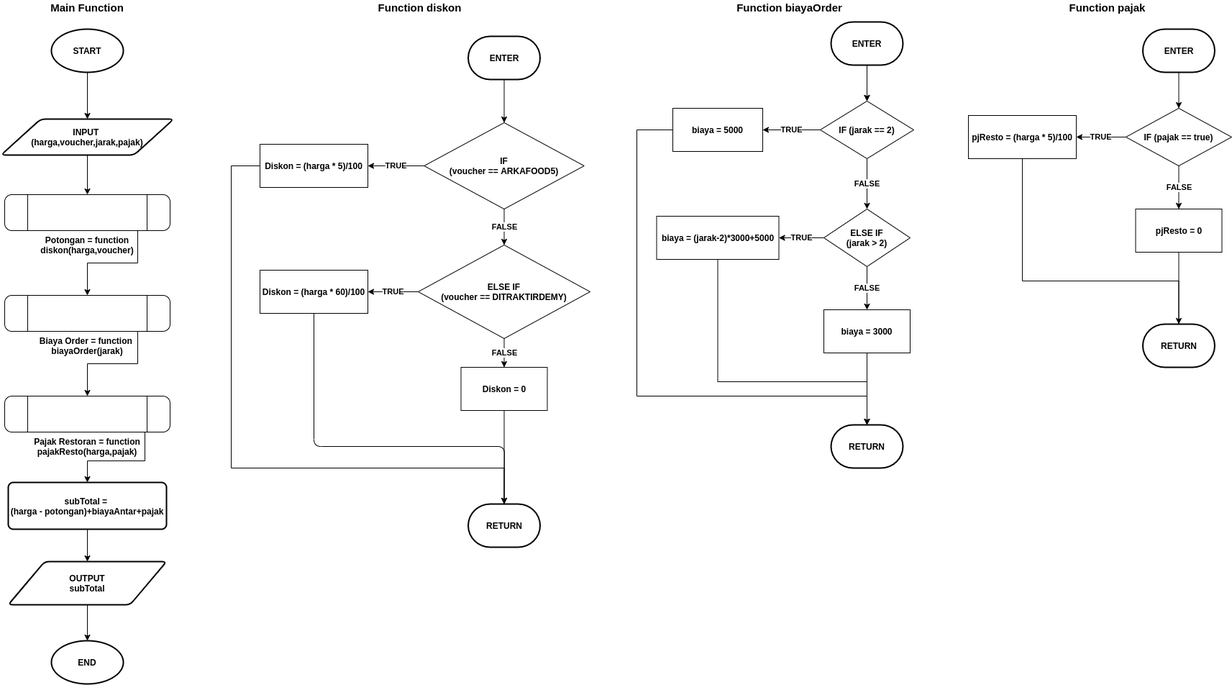
This is 1.4/task2/flowchart task2.png from galuhprahadi96/Bootcamp-arkademy, a draw.io export, as it was before one commit. Source tidied: cells renumbered, new cells last; positions are measured from the earlier drawing's top-left corner, leaving out a move shared by most shapes.
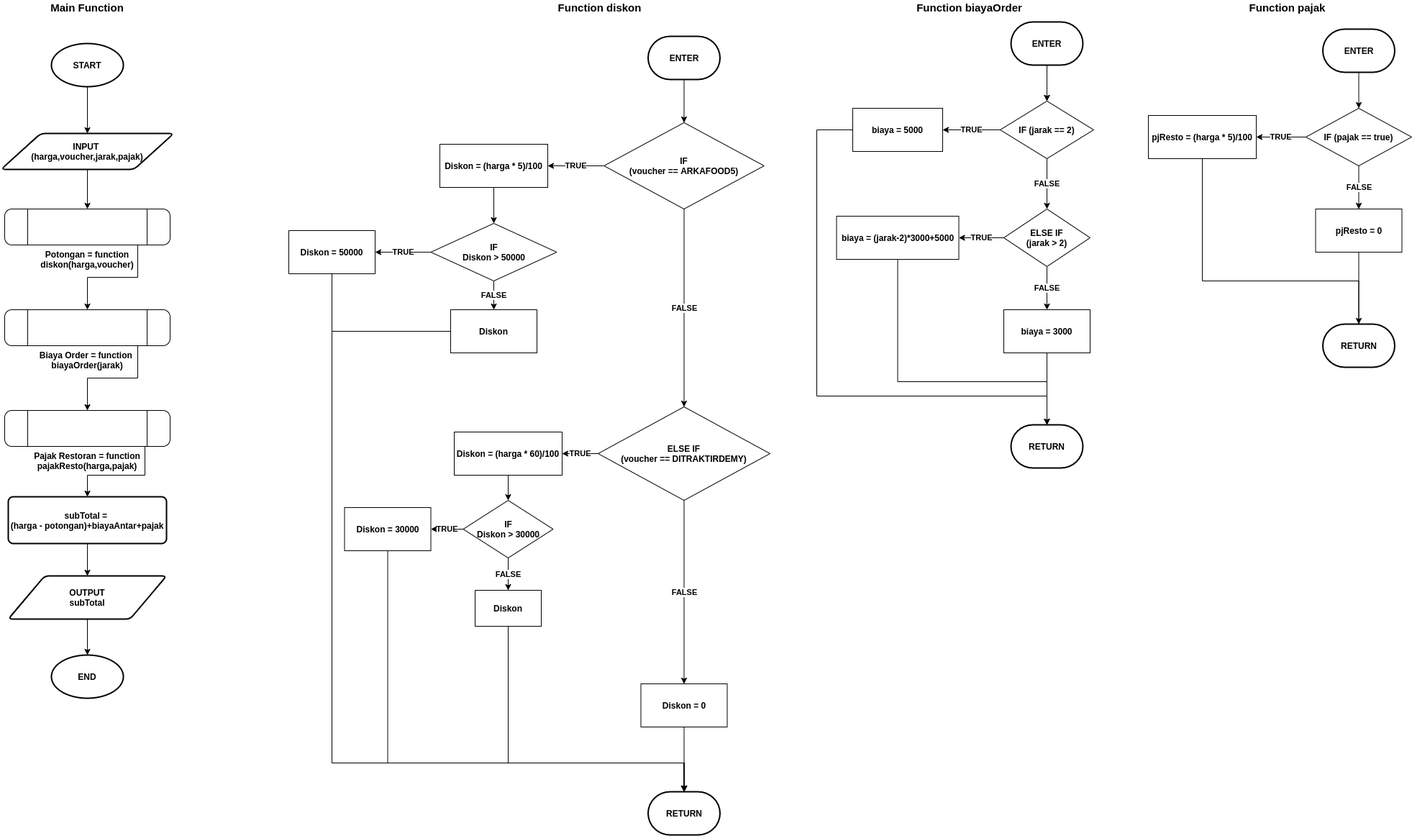
After the change.

Commit message:
revisi flowchart dan algoritma

Diff of the diagram source:
```diff
@@ -115,70 +115,8 @@
     <mxCell id="32" value="ENTER" style="strokeWidth=2;html=1;shape=mxgraph.flowchart.terminator;whiteSpace=wrap;fontStyle=1;" parent="15" vertex="1">
       <mxGeometry x="270" y="30" width="100" height="60" as="geometry" />
     </mxCell>
-    <mxCell id="33" style="group;fontStyle=1;" parent="1" vertex="1">
-      <mxGeometry x="320" width="499" height="760" as="geometry" />
-    </mxCell>
-    <mxCell id="34" value="&lt;font style=&quot;font-size: 15px&quot;&gt;&lt;span&gt;Function diskon&lt;/span&gt;&lt;/font&gt;" style="text;html=1;strokeColor=none;fillColor=none;align=center;verticalAlign=middle;whiteSpace=wrap;rounded=0;fontStyle=1;" parent="33" vertex="1">
-      <mxGeometry x="90" width="345" height="20" as="geometry" />
-    </mxCell>
-    <mxCell id="35" value="IF&lt;br&gt;(voucher == ARKAFOOD5)" style="rhombus;whiteSpace=wrap;html=1;fontStyle=1;" parent="33" vertex="1">
-      <mxGeometry x="268.2" y="170" width="222.5" height="120" as="geometry" />
-    </mxCell>
-    <mxCell id="36" value="ELSE IF&lt;br&gt;(voucher == DITRAKTIRDEMY)" style="rhombus;whiteSpace=wrap;html=1;fontStyle=1;" parent="33" vertex="1">
-      <mxGeometry x="260" y="340" width="239" height="130" as="geometry" />
-    </mxCell>
-    <mxCell id="37" value="FALSE" style="edgeStyle=orthogonalEdgeStyle;rounded=0;jettySize=auto;html=1;exitX=0.5;exitY=1;exitDx=0;exitDy=0;fontStyle=1;" parent="33" edge="1" source="35" target="36">
-      <mxGeometry relative="1" as="geometry" />
-    </mxCell>
-    <mxCell id="38" value="Diskon = (harga * 5)/100" style="rounded=0;whiteSpace=wrap;html=1;fontStyle=1;" parent="33" vertex="1">
-      <mxGeometry x="40" y="200" width="150" height="60" as="geometry" />
-    </mxCell>
-    <mxCell id="39" value="TRUE" style="edgeStyle=orthogonalEdgeStyle;rounded=0;jettySize=auto;html=1;exitX=0;exitY=0.5;exitDx=0;exitDy=0;entryX=1;entryY=0.5;entryDx=0;entryDy=0;fontStyle=1;" parent="33" edge="1" source="35" target="38">
-      <mxGeometry relative="1" as="geometry" />
-    </mxCell>
-    <mxCell id="40" value="Diskon = (harga * 60)/100" style="rounded=0;whiteSpace=wrap;html=1;fontStyle=1;" parent="33" vertex="1">
-      <mxGeometry x="40" y="375" width="150" height="60" as="geometry" />
-    </mxCell>
-    <mxCell id="41" value="TRUE" style="edgeStyle=orthogonalEdgeStyle;rounded=0;jettySize=auto;html=1;exitX=0;exitY=0.5;exitDx=0;exitDy=0;entryX=1;entryY=0.5;entryDx=0;entryDy=0;fontStyle=1;" parent="33" edge="1" source="36" target="40">
-      <mxGeometry relative="1" as="geometry" />
-    </mxCell>
-    <mxCell id="42" value="Diskon = 0" style="rounded=0;whiteSpace=wrap;html=1;fontStyle=1;" parent="33" vertex="1">
-      <mxGeometry x="319.5" y="510" width="120" height="60" as="geometry" />
-    </mxCell>
-    <mxCell id="43" value="FALSE" style="edgeStyle=orthogonalEdgeStyle;rounded=0;jettySize=auto;html=1;exitX=0.5;exitY=1;exitDx=0;exitDy=0;entryX=0.5;entryY=0;entryDx=0;entryDy=0;fontStyle=1;" parent="33" edge="1" source="36" target="42">
-      <mxGeometry relative="1" as="geometry" />
-    </mxCell>
-    <mxCell id="44" style="edgeStyle=orthogonalEdgeStyle;rounded=0;jettySize=auto;html=1;entryX=0.5;entryY=0;entryDx=0;entryDy=0;exitX=0.5;exitY=1;exitDx=0;exitDy=0;exitPerimeter=0;fontStyle=1;" parent="33" edge="1" source="48" target="35">
-      <mxGeometry relative="1" as="geometry" />
-    </mxCell>
-    <mxCell id="45" style="edgeStyle=orthogonalEdgeStyle;rounded=0;jettySize=auto;html=1;exitX=0;exitY=0.5;exitDx=0;exitDy=0;entryX=0.5;entryY=0;entryDx=0;entryDy=0;entryPerimeter=0;fontStyle=1;" parent="33" edge="1" source="38" target="49">
-      <mxGeometry relative="1" as="geometry">
-        <Array as="points">
-          <mxPoint y="230" />
-          <mxPoint y="650" />
-          <mxPoint x="380" y="650" />
-        </Array>
-      </mxGeometry>
-    </mxCell>
-    <mxCell id="46" style="edgeStyle=orthogonalEdgeStyle;rounded=0;jettySize=auto;html=1;exitX=0.5;exitY=1;exitDx=0;exitDy=0;entryX=0.5;entryY=0;entryDx=0;entryDy=0;entryPerimeter=0;fontStyle=1;" parent="33" edge="1" source="42" target="49">
-      <mxGeometry relative="1" as="geometry" />
-    </mxCell>
-    <mxCell id="47" style="endArrow=none;html=1;exitX=0.5;exitY=1;exitDx=0;exitDy=0;entryX=0.5;entryY=0;entryDx=0;entryDy=0;entryPerimeter=0;fontStyle=1;" parent="33" edge="1" source="40" target="49">
-      <mxGeometry relative="1" as="geometry">
-        <Array as="points">
-          <mxPoint x="115" y="620" />
-          <mxPoint x="380" y="620" />
-        </Array>
-      </mxGeometry>
-    </mxCell>
-    <mxCell id="48" value="ENTER" style="strokeWidth=2;html=1;shape=mxgraph.flowchart.terminator;whiteSpace=wrap;fontStyle=1;" parent="33" vertex="1">
-      <mxGeometry x="329.5" y="50" width="100" height="60" as="geometry" />
-    </mxCell>
-    <mxCell id="49" value="RETURN" style="strokeWidth=2;html=1;shape=mxgraph.flowchart.terminator;whiteSpace=wrap;fontStyle=1;" parent="33" vertex="1">
-      <mxGeometry x="329.5" y="700" width="100" height="60" as="geometry" />
-    </mxCell>
     <mxCell id="50" style="group;fontStyle=1;" parent="1" vertex="1">
-      <mxGeometry y="40" width="240" height="910" as="geometry" />
+      <mxGeometry x="-250" y="60" width="240" height="910" as="geometry" />
     </mxCell>
     <mxCell id="51" value="START" style="strokeWidth=2;html=1;shape=mxgraph.flowchart.start_1;whiteSpace=wrap;fontStyle=1;" parent="50" vertex="1">
       <mxGeometry x="70" width="100" height="60" as="geometry" />
@@ -244,7 +182,124 @@
       </mxGeometry>
     </mxCell>
     <mxCell id="66" value="&lt;span&gt;&lt;font style=&quot;font-size: 15px&quot;&gt;Main Function&lt;/font&gt;&lt;/span&gt;" style="text;html=1;strokeColor=none;fillColor=none;align=center;verticalAlign=middle;whiteSpace=wrap;rounded=0;fontStyle=1;" parent="1" vertex="1">
-      <mxGeometry x="25" width="190" height="20" as="geometry" />
+      <mxGeometry x="-225" width="190" height="20" as="geometry" />
     </mxCell>
+    <mxCell id="34" value="&lt;font style=&quot;font-size: 15px&quot;&gt;&lt;span&gt;Function diskon&lt;/span&gt;&lt;/font&gt;" style="text;html=1;strokeColor=none;fillColor=none;align=center;verticalAlign=middle;whiteSpace=wrap;rounded=0;fontStyle=1;" parent="1" vertex="1">
+      <mxGeometry x="410" width="345" height="20" as="geometry" />
+    </mxCell>
+    <mxCell id="35" value="IF&lt;br&gt;(voucher == ARKAFOOD5)" style="rhombus;whiteSpace=wrap;html=1;fontStyle=1;" parent="1" vertex="1">
+      <mxGeometry x="588.2" y="170" width="222.5" height="120" as="geometry" />
+    </mxCell>
+    <mxCell id="36" value="ELSE IF&lt;br&gt;(voucher == DITRAKTIRDEMY)" style="rhombus;whiteSpace=wrap;html=1;fontStyle=1;" parent="1" vertex="1">
+      <mxGeometry x="580" y="565" width="239" height="130" as="geometry" />
+    </mxCell>
+    <mxCell id="37" value="FALSE" style="edgeStyle=orthogonalEdgeStyle;rounded=0;jettySize=auto;html=1;exitX=0.5;exitY=1;exitDx=0;exitDy=0;fontStyle=1;" parent="1" edge="1" source="35" target="36">
+      <mxGeometry relative="1" as="geometry" />
+    </mxCell>
+    <mxCell id="67" style="edgeStyle=orthogonalEdgeStyle;rounded=0;jettySize=auto;html=1;exitX=0.5;exitY=1;exitDx=0;exitDy=0;entryX=0.5;entryY=0;entryDx=0;entryDy=0;fontStyle=1;" parent="1" edge="1" source="38" target="71">
+      <mxGeometry relative="1" as="geometry" />
+    </mxCell>
+    <mxCell id="38" value="Diskon = (harga * 5)/100" style="rounded=0;whiteSpace=wrap;html=1;fontStyle=1;" parent="1" vertex="1">
+      <mxGeometry x="360" y="200" width="150" height="60" as="geometry" />
+    </mxCell>
+    <mxCell id="39" value="TRUE" style="edgeStyle=orthogonalEdgeStyle;rounded=0;jettySize=auto;html=1;exitX=0;exitY=0.5;exitDx=0;exitDy=0;entryX=1;entryY=0.5;entryDx=0;entryDy=0;fontStyle=1;" parent="1" edge="1" source="35" target="38">
+      <mxGeometry relative="1" as="geometry" />
+    </mxCell>
+    <mxCell id="68" style="edgeStyle=orthogonalEdgeStyle;rounded=0;jettySize=auto;html=1;exitX=0.5;exitY=1;exitDx=0;exitDy=0;entryX=0.5;entryY=0;entryDx=0;entryDy=0;fontStyle=1;" parent="1" edge="1" source="40" target="78">
+      <mxGeometry relative="1" as="geometry" />
+    </mxCell>
+    <mxCell id="40" value="Diskon = (harga * 60)/100" style="rounded=0;whiteSpace=wrap;html=1;fontStyle=1;" parent="1" vertex="1">
+      <mxGeometry x="380" y="600" width="150" height="60" as="geometry" />
+    </mxCell>
+    <mxCell id="41" value="TRUE" style="edgeStyle=orthogonalEdgeStyle;rounded=0;jettySize=auto;html=1;exitX=0;exitY=0.5;exitDx=0;exitDy=0;entryX=1;entryY=0.5;entryDx=0;entryDy=0;fontStyle=1;" parent="1" edge="1" source="36" target="40">
+      <mxGeometry relative="1" as="geometry" />
+    </mxCell>
+    <mxCell id="42" value="Diskon = 0" style="rounded=0;whiteSpace=wrap;html=1;fontStyle=1;" parent="1" vertex="1">
+      <mxGeometry x="639.5" y="950" width="120" height="60" as="geometry" />
+    </mxCell>
+    <mxCell id="43" value="FALSE" style="edgeStyle=orthogonalEdgeStyle;rounded=0;jettySize=auto;html=1;exitX=0.5;exitY=1;exitDx=0;exitDy=0;entryX=0.5;entryY=0;entryDx=0;entryDy=0;fontStyle=1;" parent="1" edge="1" source="36" target="42">
+      <mxGeometry relative="1" as="geometry" />
+    </mxCell>
+    <mxCell id="44" style="edgeStyle=orthogonalEdgeStyle;rounded=0;jettySize=auto;html=1;entryX=0.5;entryY=0;entryDx=0;entryDy=0;exitX=0.5;exitY=1;exitDx=0;exitDy=0;exitPerimeter=0;fontStyle=1;" parent="1" edge="1" source="48" target="35">
+      <mxGeometry relative="1" as="geometry" />
+    </mxCell>
+    <mxCell id="46" style="edgeStyle=orthogonalEdgeStyle;rounded=0;jettySize=auto;html=1;exitX=0.5;exitY=1;exitDx=0;exitDy=0;entryX=0.5;entryY=0;entryDx=0;entryDy=0;entryPerimeter=0;fontStyle=1;" parent="1" edge="1" source="42" target="49">
+      <mxGeometry relative="1" as="geometry" />
+    </mxCell>
+    <mxCell id="48" value="ENTER" style="strokeWidth=2;html=1;shape=mxgraph.flowchart.terminator;whiteSpace=wrap;fontStyle=1;" parent="1" vertex="1">
+      <mxGeometry x="649.5" y="50" width="100" height="60" as="geometry" />
+    </mxCell>
+    <mxCell id="49" value="RETURN" style="strokeWidth=2;html=1;shape=mxgraph.flowchart.terminator;whiteSpace=wrap;fontStyle=1;" parent="1" vertex="1">
+      <mxGeometry x="649.5" y="1100" width="100" height="60" as="geometry" />
+    </mxCell>
+    <mxCell id="69" value="TRUE" style="edgeStyle=orthogonalEdgeStyle;rounded=0;jettySize=auto;html=1;exitX=0;exitY=0.5;exitDx=0;exitDy=0;entryX=1;entryY=0.5;entryDx=0;entryDy=0;fontStyle=1;" parent="1" edge="1" source="71" target="73">
+      <mxGeometry relative="1" as="geometry" />
+    </mxCell>
+    <mxCell id="70" value="FALSE" style="edgeStyle=orthogonalEdgeStyle;rounded=0;jettySize=auto;html=1;exitX=0.5;exitY=1;exitDx=0;exitDy=0;entryX=0.5;entryY=0;entryDx=0;entryDy=0;fontStyle=1;" parent="1" edge="1" source="71" target="75">
+      <mxGeometry relative="1" as="geometry">
+        <Array as="points">
+          <mxPoint x="435" y="410" />
+          <mxPoint x="435" y="410" />
+        </Array>
+      </mxGeometry>
+    </mxCell>
+    <mxCell id="71" value="IF&lt;br&gt;Diskon &amp;gt; 50000" style="rhombus;whiteSpace=wrap;html=1;fontStyle=1;" parent="1" vertex="1">
+      <mxGeometry x="347.5" y="310" width="175" height="80" as="geometry" />
+    </mxCell>
+    <mxCell id="72" style="edgeStyle=orthogonalEdgeStyle;rounded=0;jettySize=auto;html=1;exitX=0.5;exitY=1;exitDx=0;exitDy=0;entryX=0.5;entryY=0;entryDx=0;entryDy=0;entryPerimeter=0;fontStyle=1;" parent="1" edge="1" source="73" target="49">
+      <mxGeometry relative="1" as="geometry">
+        <Array as="points">
+          <mxPoint x="210" y="380" />
+          <mxPoint x="210" y="1060" />
+          <mxPoint x="700" y="1060" />
+        </Array>
+      </mxGeometry>
+    </mxCell>
+    <mxCell id="73" value="Diskon = 50000" style="rounded=0;whiteSpace=wrap;html=1;fontStyle=1;" parent="1" vertex="1">
+      <mxGeometry x="150" y="320" width="120" height="60" as="geometry" />
+    </mxCell>
+    <mxCell id="74" style="edgeStyle=orthogonalEdgeStyle;rounded=0;jettySize=auto;html=1;exitX=0;exitY=0.5;exitDx=0;exitDy=0;entryX=0.5;entryY=0;entryDx=0;entryDy=0;entryPerimeter=0;fontStyle=1;" parent="1" edge="1" source="75" target="49">
+      <mxGeometry relative="1" as="geometry">
+        <Array as="points">
+          <mxPoint x="210" y="460" />
+          <mxPoint x="210" y="1060" />
+          <mxPoint x="700" y="1060" />
+        </Array>
+      </mxGeometry>
+    </mxCell>
+    <mxCell id="75" value="Diskon" style="rounded=0;whiteSpace=wrap;html=1;fontStyle=1;" parent="1" vertex="1">
+      <mxGeometry x="375" y="430" width="120" height="60" as="geometry" />
+    </mxCell>
+    <mxCell id="76" value="TRUE" style="edgeStyle=orthogonalEdgeStyle;rounded=0;jettySize=auto;html=1;exitX=0;exitY=0.5;exitDx=0;exitDy=0;entryX=1;entryY=0.5;entryDx=0;entryDy=0;fontStyle=1;" parent="1" edge="1" source="78" target="80">
+      <mxGeometry relative="1" as="geometry" />
+    </mxCell>
+    <mxCell id="77" value="FALSE" style="edgeStyle=orthogonalEdgeStyle;rounded=0;jettySize=auto;html=1;exitX=0.5;exitY=1;exitDx=0;exitDy=0;entryX=0.5;entryY=0;entryDx=0;entryDy=0;fontStyle=1;" parent="1" edge="1" source="78" target="82">
+      <mxGeometry relative="1" as="geometry" />
+    </mxCell>
+    <mxCell id="78" value="IF&lt;br&gt;Diskon &amp;gt; 30000" style="rhombus;whiteSpace=wrap;html=1;fontStyle=1;" parent="1" vertex="1">
+      <mxGeometry x="392.5" y="695" width="125" height="80" as="geometry" />
+    </mxCell>
+    <mxCell id="79" style="edgeStyle=orthogonalEdgeStyle;rounded=0;jettySize=auto;html=1;exitX=0.5;exitY=1;exitDx=0;exitDy=0;entryX=0.5;entryY=0;entryDx=0;entryDy=0;entryPerimeter=0;fontStyle=1;" parent="1" edge="1" source="80" target="49">
+      <mxGeometry relative="1" as="geometry">
+        <Array as="points">
+          <mxPoint x="288" y="1060" />
+          <mxPoint x="700" y="1060" />
+        </Array>
+      </mxGeometry>
+    </mxCell>
+    <mxCell id="80" value="Diskon = 30000" style="rounded=0;whiteSpace=wrap;html=1;fontStyle=1;" parent="1" vertex="1">
+      <mxGeometry x="227.5" y="705" width="120" height="60" as="geometry" />
+    </mxCell>
+    <mxCell id="81" style="edgeStyle=orthogonalEdgeStyle;rounded=0;jettySize=auto;html=1;exitX=0.5;exitY=1;exitDx=0;exitDy=0;fontStyle=1;" parent="1" edge="1" source="82" target="49">
+      <mxGeometry relative="1" as="geometry">
+        <Array as="points">
+          <mxPoint x="455" y="1060" />
+          <mxPoint x="700" y="1060" />
+        </Array>
+      </mxGeometry>
+    </mxCell>
+    <mxCell id="82" value="Diskon" style="rounded=0;whiteSpace=wrap;html=1;fontStyle=1;" parent="1" vertex="1">
+      <mxGeometry x="409" y="820" width="92" height="50" as="geometry" />
+    </mxCell>
   </root>
 </mxGraphModel>
```
